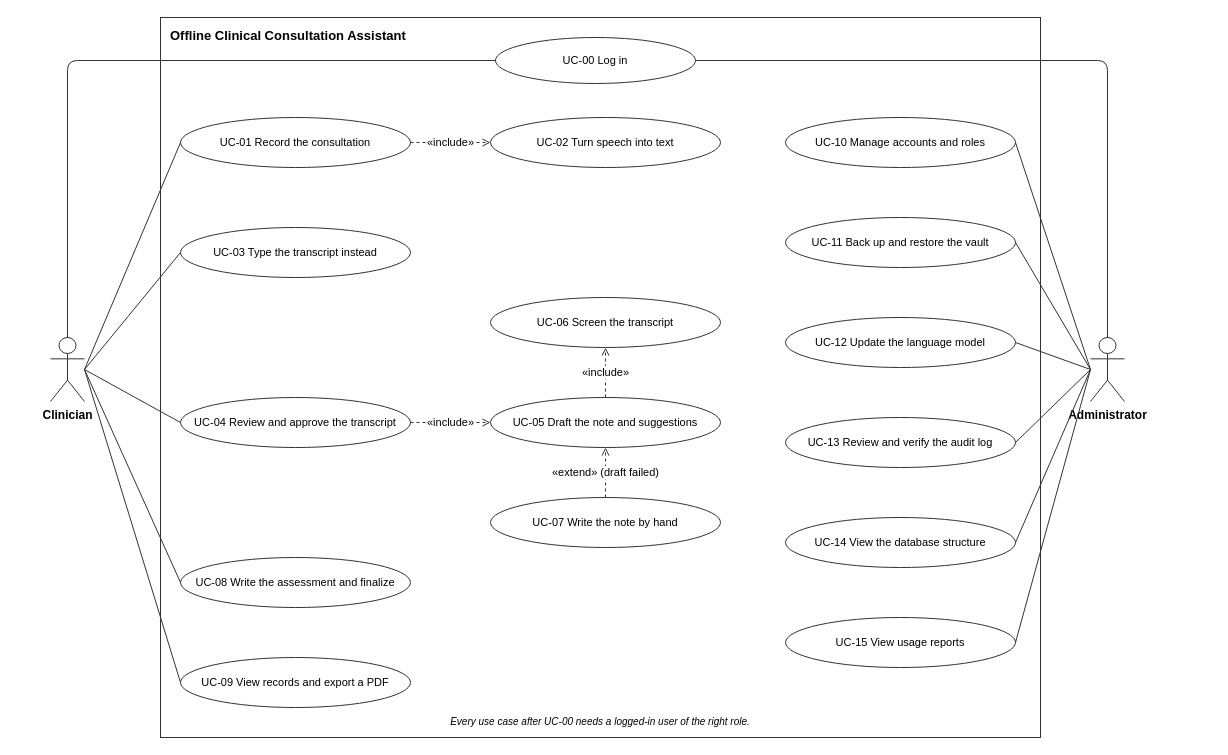
kinuthia-mark/Offline-Desktop-Based-Medical-Professional-Clinical-Consultation-Assistant- keeps this draw.io diagram as docs/design/fig-4-1-use-cases.drawio. Above is the earlier version. Source tidied: cells renumbered, new cells numbered last; positions are measured from the earlier drawing's top-left corner, leaving out a move shared by most shapes. Both pictures are drawn from the tidied source at 100%, with x=0, y=0 at pixel (50, 17).
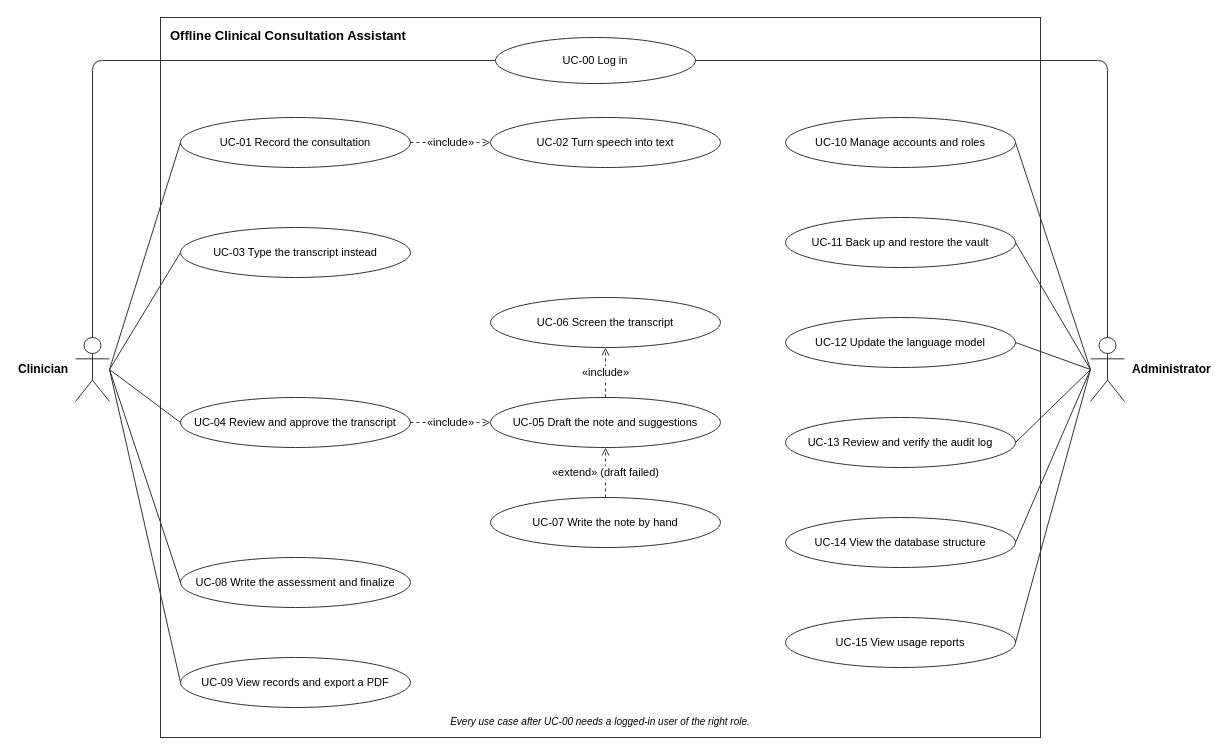
The same page after the edit.

Commit message:
docs(design): figure 4.1 actor names beside the figures

Unchanged cells that the change refers to:
```xml
<mxCell id="5" value="UC-00 Log in" style="ellipse;whiteSpace=wrap;html=1;fillColor=#ffffff;strokeColor=#333333;fontFamily=Helvetica;fontSize=11;" parent="1" vertex="1">
  <mxGeometry x="445" y="20" width="200" height="46" as="geometry" />
</mxCell>
```

What changed in the source:
```diff
@@
-    <mxCell id="3" value="Clinician" style="shape=umlActor;verticalLabelPosition=bottom;verticalAlign=top;html=1;outlineConnect=0;fillColor=#ffffff;strokeColor=#333333;fontFamily=Helvetica;fontSize=12;fontStyle=1;" parent="1" vertex="1">
-      <mxGeometry y="320" width="34" height="64" as="geometry" />
+    <mxCell id="3" value="Clinician" style="shape=umlActor;labelPosition=left;align=right;verticalLabelPosition=middle;verticalAlign=middle;spacingLeft=6;spacingRight=6;html=1;outlineConnect=0;fillColor=#ffffff;strokeColor=#333333;fontFamily=Helvetica;fontSize=12;fontStyle=1;" parent="1" vertex="1">
+      <mxGeometry x="25" y="320" width="34" height="64" as="geometry" />
     </mxCell>
-    <mxCell id="4" value="Administrator" style="shape=umlActor;verticalLabelPosition=bottom;verticalAlign=top;html=1;outlineConnect=0;fillColor=#ffffff;strokeColor=#333333;fontFamily=Helvetica;fontSize=12;fontStyle=1;" parent="1" vertex="1">
+    <mxCell id="4" value="Administrator" style="shape=umlActor;labelPosition=right;align=left;verticalLabelPosition=middle;verticalAlign=middle;spacingLeft=6;spacingRight=6;html=1;outlineConnect=0;fillColor=#ffffff;strokeColor=#333333;fontFamily=Helvetica;fontSize=12;fontStyle=1;" parent="1" vertex="1">
       <mxGeometry x="1040" y="320" width="34" height="64" as="geometry" />
     </mxCell>
@@
     <mxCell id="32" style="html=1;strokeColor=#333333;fontFamily=Helvetica;fontSize=11;endArrow=none;endFill=1;startArrow=none;startFill=1;labelBackgroundColor=#ffffff;exitX=0.5;exitY=0;exitDx=0;exitDy=0;entryX=0;entryY=0.5;entryDx=0;entryDy=0;" parent="1" edge="1" source="3" target="5">
       <mxGeometry relative="1" as="geometry">
         <Array as="points">
-          <mxPoint x="17" y="43" />
+          <mxPoint x="42" y="43" />
         </Array>
       </mxGeometry>
     </mxCell>
```
